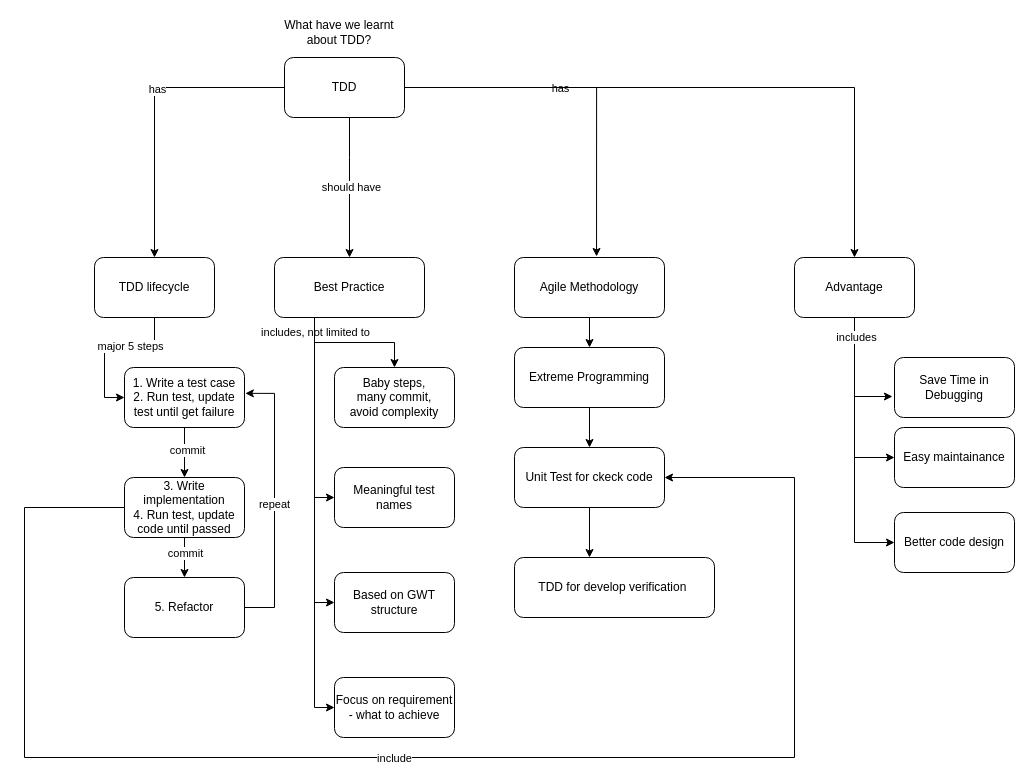
Above: TDD Concept Map.drawio in vincent9394/ioDraw (draw.io), before the change. Source tidied: cells renumbered, new cells numbered last; positions are measured from the earlier drawing's top-left corner, leaving out a move shared by most shapes. Both pictures are drawn from the tidied source at 100%, with x=0, y=0 at pixel (24, 17).
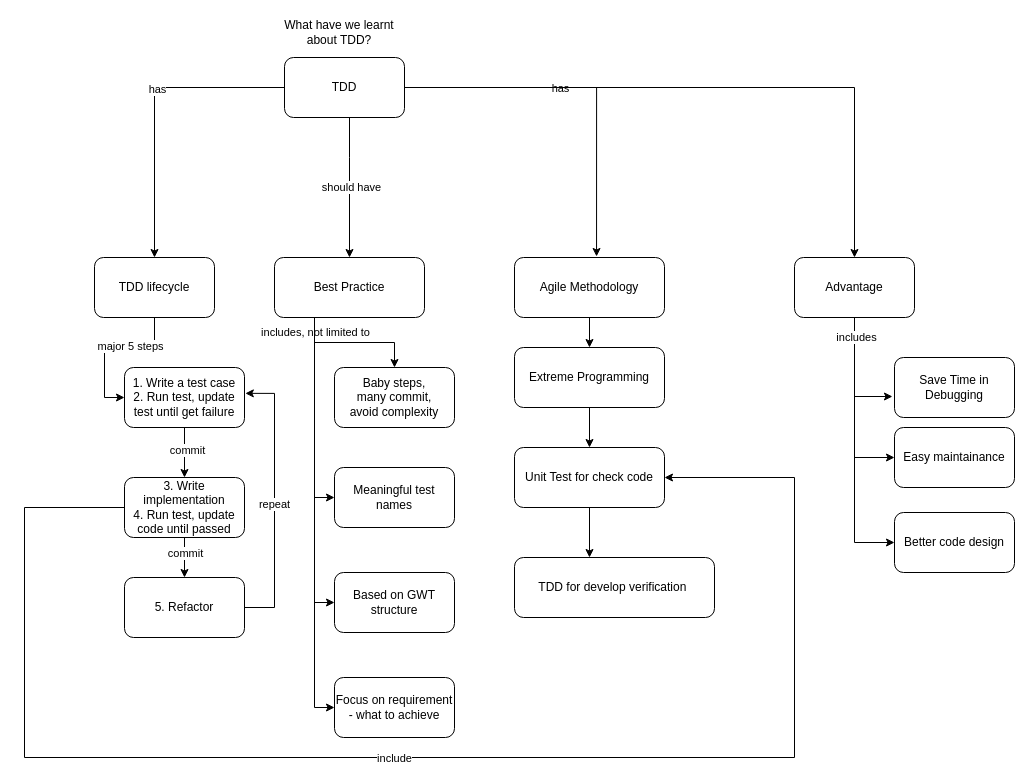
After the change.

The edit, as a diff of the source:
```diff
@@
-    <mxCell id="48" value="Unit Test for ckeck code" style="rounded=1;whiteSpace=wrap;html=1;" parent="1" vertex="1">
+    <mxCell id="48" value="Unit Test for check code" style="rounded=1;whiteSpace=wrap;html=1;" parent="1" vertex="1">
       <mxGeometry x="490" y="430" width="150" height="60" as="geometry" />
     </mxCell>
```
